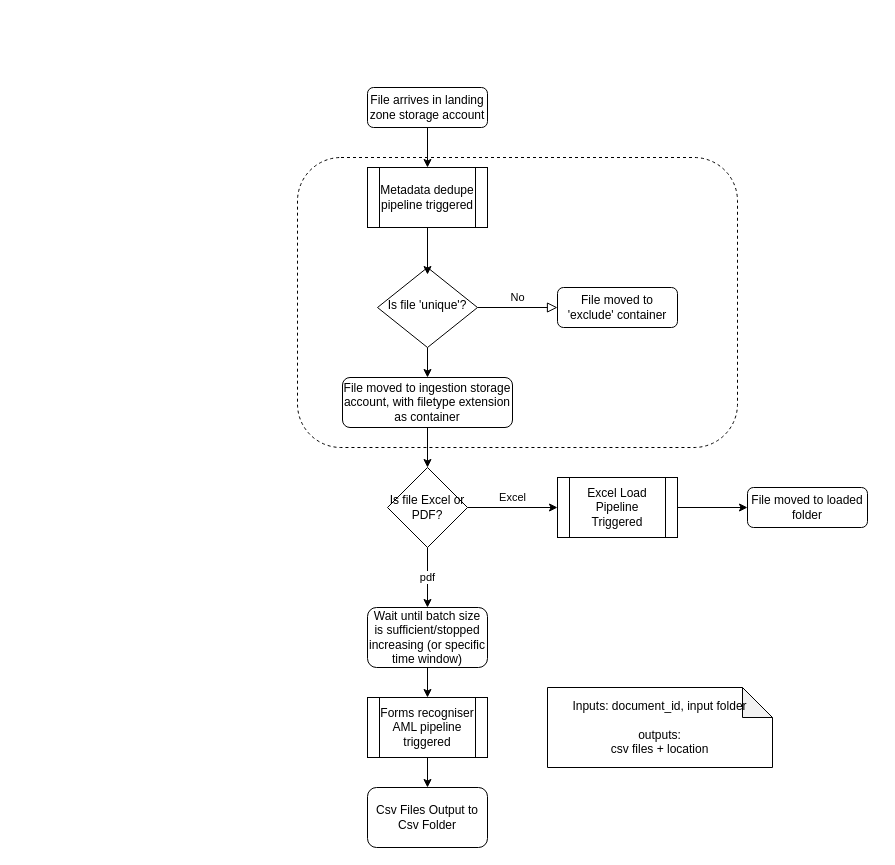
oliver-wolffe/diagrams keeps this draw.io diagram as ccmFileFlow.drawio. Above is the earlier version. Source tidied: cells renumbered, new cells numbered last; positions are measured from the earlier drawing's top-left corner, leaving out a move shared by most shapes. Both pictures are drawn from the tidied source at 100%, with x=0, y=0 at pixel (297, 87).
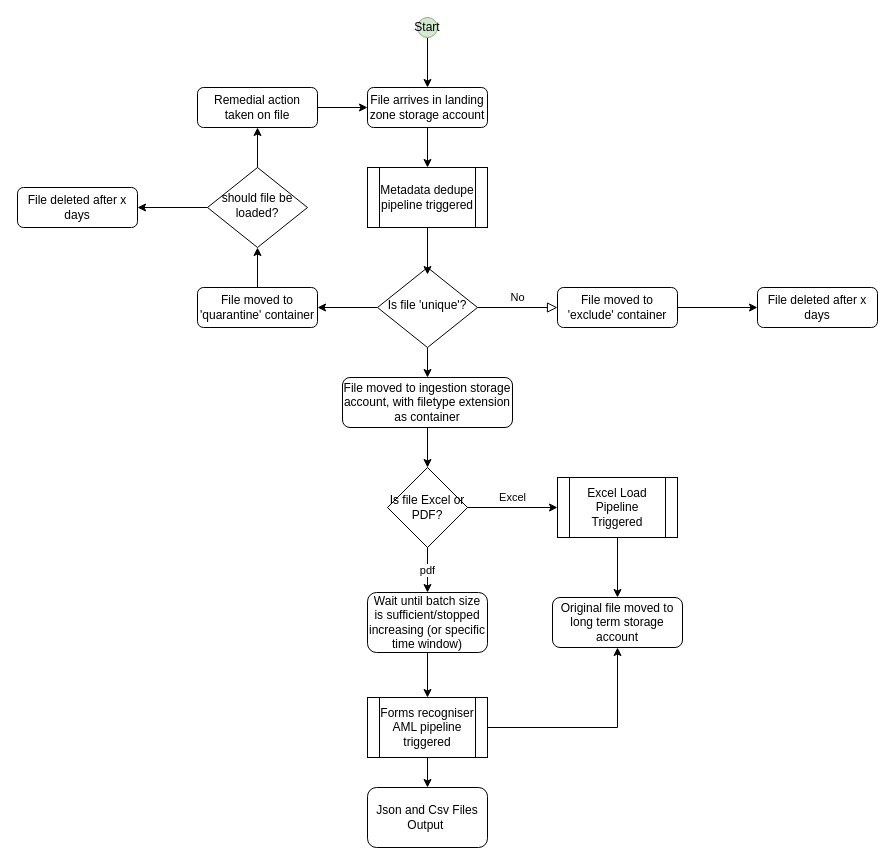
The same diagram, later.

Commit message:
Update ccmFileFlow.drawio with further detail

The change refers to these unchanged cells:
```xml
<mxCell id="4" value="File arrives in landing zone storage account" style="rounded=1;whiteSpace=wrap;html=1;fontSize=12;glass=0;strokeWidth=1;shadow=0;" parent="1" vertex="1">
  <mxGeometry x="70" width="120" height="40" as="geometry" />
</mxCell>
<mxCell id="7" value="Is file 'unique'?" style="rhombus;whiteSpace=wrap;html=1;shadow=0;fontFamily=Helvetica;fontSize=12;align=center;strokeWidth=1;spacing=6;spacingTop=-4;" parent="1" vertex="1">
  <mxGeometry x="80" y="180" width="100" height="80" as="geometry" />
</mxCell>
<mxCell id="8" value="File moved to 'exclude' container" style="rounded=1;whiteSpace=wrap;html=1;fontSize=12;glass=0;strokeWidth=1;shadow=0;" parent="1" vertex="1">
  <mxGeometry x="260" y="200" width="120" height="40" as="geometry" />
</mxCell>
<mxCell id="15" value="Excel Load Pipeline Triggered" style="shape=process;whiteSpace=wrap;html=1;backgroundOutline=1;" parent="1" vertex="1">
  <mxGeometry x="260" y="390" width="120" height="60" as="geometry" />
</mxCell>
<mxCell id="22" value="Forms recogniser AML pipeline triggered" style="shape=process;whiteSpace=wrap;html=1;backgroundOutline=1;" parent="1" vertex="1">
  <mxGeometry x="70" y="610" width="120" height="60" as="geometry" />
</mxCell>
```

Diff of the diagram source:
```diff
@@
-    <mxCell id="2" style="rounded=1;whiteSpace=wrap;html=1;dashed=1;fillColor=none;align=right;" parent="1" vertex="1">
-      <mxGeometry y="70" width="440" height="290" as="geometry" />
-    </mxCell>
@@
+    <mxCell id="25" style="edgeStyle=orthogonalEdgeStyle;rounded=0;jettySize=auto;html=1;" parent="1" edge="1" source="7" target="29">
+      <mxGeometry relative="1" as="geometry" />
+    </mxCell>
@@
+    <mxCell id="26" style="edgeStyle=orthogonalEdgeStyle;rounded=0;jettySize=auto;html=1;" parent="1" edge="1" source="8" target="30">
+      <mxGeometry relative="1" as="geometry" />
+    </mxCell>
@@
-    <mxCell id="14" style="edgeStyle=orthogonalEdgeStyle;rounded=0;jettySize=auto;html=1;entryX=0;entryY=0.5;entryDx=0;entryDy=0;" parent="1" edge="1" source="15" target="18">
+    <mxCell id="14" style="edgeStyle=orthogonalEdgeStyle;rounded=0;jettySize=auto;html=1;entryX=0.5;entryY=0;entryDx=0;entryDy=0;" parent="1" edge="1" source="15" target="18">
       <mxGeometry relative="1" as="geometry" />
     </mxCell>
@@
-    <mxCell id="18" value="File moved to loaded folder" style="rounded=1;whiteSpace=wrap;html=1;fontSize=12;glass=0;strokeWidth=1;shadow=0;" parent="1" vertex="1">
-      <mxGeometry x="450" y="400" width="120" height="40" as="geometry" />
+    <mxCell id="18" value="Original file moved to long term storage account" style="rounded=1;whiteSpace=wrap;html=1;fontSize=12;glass=0;strokeWidth=1;shadow=0;" parent="1" vertex="1">
+      <mxGeometry x="255" y="510" width="130" height="50" as="geometry" />
     </mxCell>
@@
     <mxCell id="20" value="Wait until batch size is sufficient/stopped increasing (or specific time window)" style="rounded=1;whiteSpace=wrap;html=1;fillColor=none;" parent="1" vertex="1">
-      <mxGeometry x="70" y="520" width="120" height="60" as="geometry" />
+      <mxGeometry x="70" y="505" width="120" height="60" as="geometry" />
     </mxCell>
@@
+    <mxCell id="27" style="edgeStyle=orthogonalEdgeStyle;rounded=0;jettySize=auto;html=1;entryX=0.5;entryY=1;entryDx=0;entryDy=0;" parent="1" edge="1" source="22" target="18">
+      <mxGeometry relative="1" as="geometry" />
+    </mxCell>
@@
-    <mxCell id="23" value="Csv Files Output to Csv Folder" style="rounded=1;whiteSpace=wrap;html=1;fillColor=none;" parent="1" vertex="1">
+    <mxCell id="23" value="Json and Csv Files Output&amp;nbsp;" style="rounded=1;whiteSpace=wrap;html=1;fillColor=none;" parent="1" vertex="1">
       <mxGeometry x="70" y="700" width="120" height="60" as="geometry" />
     </mxCell>
-    <mxCell id="24" value="Inputs: document_id, input folder&lt;br&gt;&lt;br&gt;outputs:&lt;br&gt;csv files + location" style="shape=note;whiteSpace=wrap;html=1;backgroundOutline=1;darkOpacity=0.05;fillColor=none;" parent="1" vertex="1">
-      <mxGeometry x="250" y="600" width="225" height="80" as="geometry" />
-    </mxCell>
+    <mxCell id="28" style="edgeStyle=orthogonalEdgeStyle;rounded=0;jettySize=auto;html=1;entryX=0.5;entryY=1;entryDx=0;entryDy=0;" parent="1" edge="1" source="29" target="35">
+      <mxGeometry relative="1" as="geometry" />
+    </mxCell>
+    <mxCell id="29" value="File moved to 'quarantine' container" style="rounded=1;whiteSpace=wrap;html=1;fontSize=12;glass=0;strokeWidth=1;shadow=0;" parent="1" vertex="1">
+      <mxGeometry x="-100" y="200" width="120" height="40" as="geometry" />
+    </mxCell>
+    <mxCell id="30" value="File deleted after x days" style="rounded=1;whiteSpace=wrap;html=1;fontSize=12;glass=0;strokeWidth=1;shadow=0;" parent="1" vertex="1">
+      <mxGeometry x="460" y="200" width="120" height="40" as="geometry" />
+    </mxCell>
+    <mxCell id="31" style="edgeStyle=orthogonalEdgeStyle;rounded=0;jettySize=auto;html=1;entryX=0;entryY=0.5;entryDx=0;entryDy=0;exitX=1;exitY=0.5;exitDx=0;exitDy=0;" parent="1" edge="1" source="32" target="4">
+      <mxGeometry relative="1" as="geometry" />
+    </mxCell>
+    <mxCell id="32" value="Remedial action taken on file" style="rounded=1;whiteSpace=wrap;html=1;fontSize=12;glass=0;strokeWidth=1;shadow=0;" parent="1" vertex="1">
+      <mxGeometry x="-100" width="120" height="40" as="geometry" />
+    </mxCell>
+    <mxCell id="33" style="edgeStyle=orthogonalEdgeStyle;rounded=0;jettySize=auto;html=1;" parent="1" edge="1" source="35" target="32">
+      <mxGeometry relative="1" as="geometry" />
+    </mxCell>
+    <mxCell id="34" style="edgeStyle=orthogonalEdgeStyle;rounded=0;jettySize=auto;html=1;entryX=1;entryY=0.5;entryDx=0;entryDy=0;" parent="1" edge="1" source="35" target="38">
+      <mxGeometry relative="1" as="geometry" />
+    </mxCell>
+    <mxCell id="35" value="should file be loaded?" style="rhombus;whiteSpace=wrap;html=1;shadow=0;fontFamily=Helvetica;fontSize=12;align=center;strokeWidth=1;spacing=6;spacingTop=-4;" parent="1" vertex="1">
+      <mxGeometry x="-90" y="80" width="100" height="80" as="geometry" />
+    </mxCell>
+    <mxCell id="36" style="edgeStyle=orthogonalEdgeStyle;rounded=0;jettySize=auto;html=1;entryX=0.5;entryY=0;entryDx=0;entryDy=0;" parent="1" edge="1" source="37" target="4">
+      <mxGeometry relative="1" as="geometry" />
+    </mxCell>
+    <mxCell id="37" value="Start" style="ellipse;whiteSpace=wrap;html=1;fillColor=#d5e8d4;strokeColor=#82b366;" parent="1" vertex="1">
+      <mxGeometry x="120" y="-70" width="20" height="20" as="geometry" />
+    </mxCell>
+    <mxCell id="38" value="File deleted after x days" style="rounded=1;whiteSpace=wrap;html=1;fontSize=12;glass=0;strokeWidth=1;shadow=0;" parent="1" vertex="1">
+      <mxGeometry x="-280" y="100" width="120" height="40" as="geometry" />
+    </mxCell>
```
